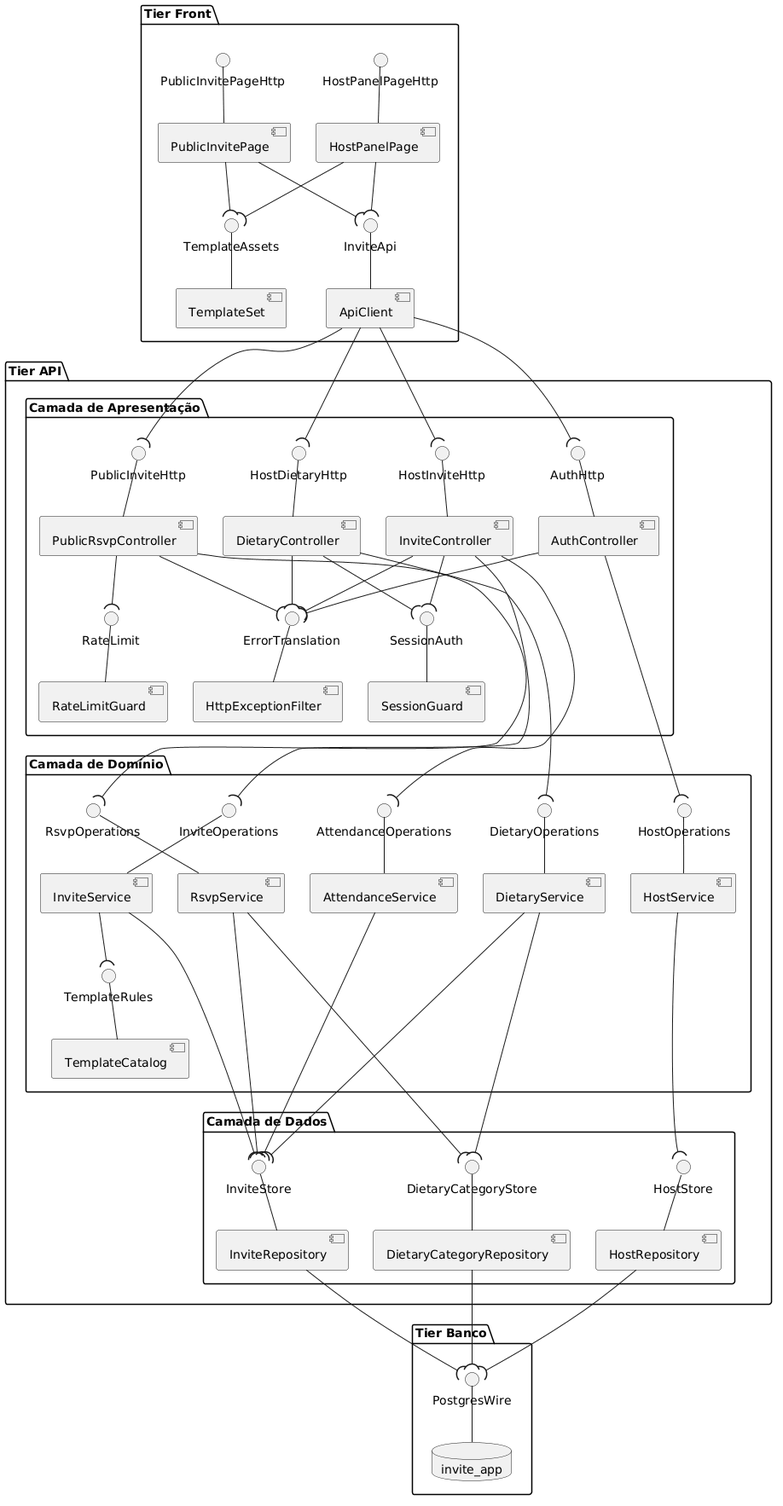
The PlantUML diagram docs/.attachments/diagrama-de-componentes.png in tcpassos/invite-app, before a commit.
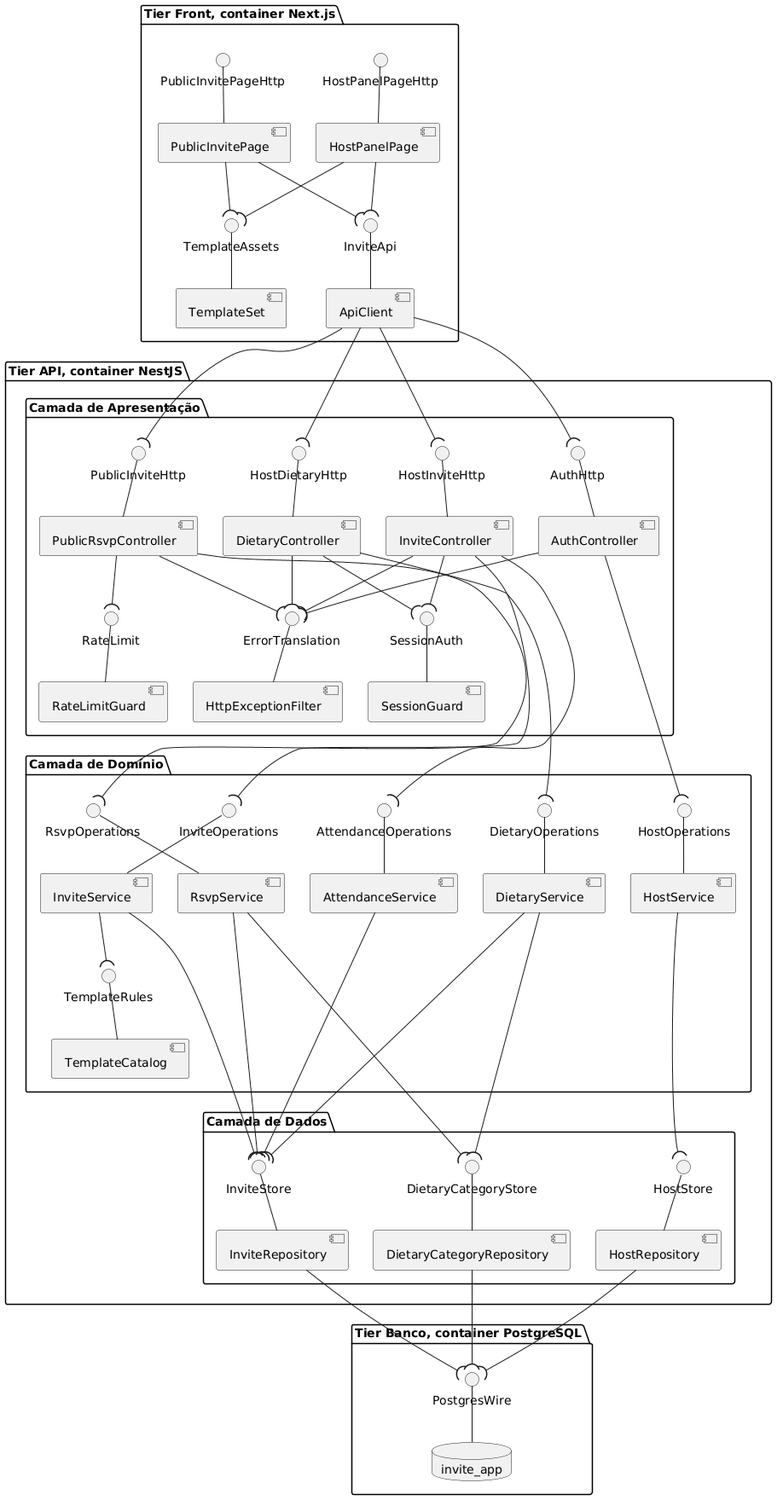
The same diagram one commit later.

Change to the diagram source:
```diff
@@ -6,7 +6,7 @@
 skinparam nodesep 30
 skinparam ranksep 45
 
-package "Tier Front" {
+package "Tier Front, container Next.js" {
 
   component "PublicInvitePage" as PIP
   component "HostPanelPage" as HPP
@@ -19,7 +19,7 @@
   interface "TemplateAssets" as I_TPLA
 }
 
-package "Tier API" {
+package "Tier API, container NestJS" {
 
   package "Camada de Apresentação" {
 
@@ -69,7 +69,7 @@
   }
 }
 
-package "Tier Banco" {
+package "Tier Banco, container PostgreSQL" {
   database "invite_app" as DBC
   interface "PostgresWire" as I_PGW
 }
```
